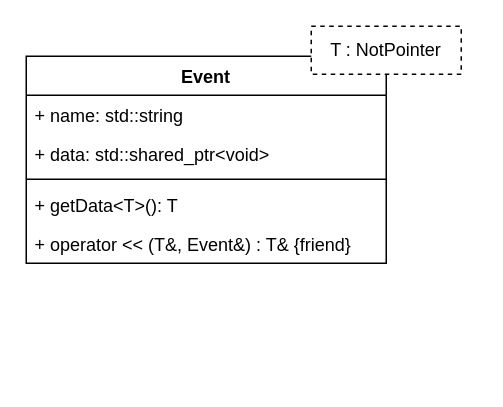
The draw.io diagram diagrams/event.drawio in LasseGoransson/ESD-E2020, before the edit. Source tidied: cells renumbered, new cells numbered last; positions are measured from the earlier drawing's top-left corner, leaving out a move shared by most shapes. Both pictures are drawn from the tidied source at 150%, with x=0, y=0 at pixel (26, 26).
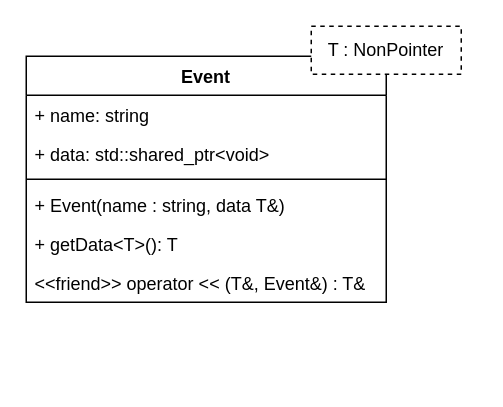
Above is the later version.

Commit message:
update event class diagram; add constructor + change template T

Change to the diagram source:
```diff
@@
 <mxGraphModel>
   <root>
     <mxCell id="0" />
     <mxCell id="1" parent="0" />
     <mxCell id="2" style="group;" parent="1" vertex="1">
       <mxGeometry width="300" height="236" as="geometry" />
     </mxCell>
     <mxCell id="3" value="Event" style="swimlane;fontStyle=1;align=center;verticalAlign=top;horizontal=1;startSize=26;" parent="2" vertex="1">
-      <mxGeometry y="20" width="240" height="138" as="geometry" />
+      <mxGeometry y="20" width="240" height="164" as="geometry" />
     </mxCell>
-    <mxCell id="4" value="+ name: std::string" style="text;strokeColor=none;fillColor=none;align=left;verticalAlign=top;spacingLeft=4;spacingRight=4;overflow=hidden;" parent="3" vertex="1">
+    <mxCell id="4" value="+ name: string" style="text;strokeColor=none;fillColor=none;align=left;verticalAlign=top;spacingLeft=4;spacingRight=4;overflow=hidden;" parent="3" vertex="1">
       <mxGeometry y="26" width="240" height="26" as="geometry" />
     </mxCell>
     <mxCell id="5" value="+ data: std::shared_ptr&lt;void&gt;" style="text;strokeColor=none;fillColor=none;align=left;verticalAlign=top;spacingLeft=4;spacingRight=4;overflow=hidden;" parent="3" vertex="1">
       <mxGeometry y="52" width="240" height="26" as="geometry" />
     </mxCell>
     <mxCell id="6" style="line;strokeWidth=1;fillColor=none;align=left;verticalAlign=middle;spacingTop=-1;spacingLeft=3;spacingRight=3;labelPosition=right;" parent="3" vertex="1">
       <mxGeometry y="78" width="240" height="8" as="geometry" />
     </mxCell>
-    <mxCell id="7" value="+ getData&lt;T&gt;(): T" style="text;strokeColor=none;fillColor=none;align=left;verticalAlign=top;spacingLeft=4;spacingRight=4;overflow=hidden;" parent="3" vertex="1">
+    <mxCell id="7" value="+ Event(name : string, data T&amp;)" style="text;strokeColor=none;fillColor=none;align=left;verticalAlign=top;spacingLeft=4;spacingRight=4;overflow=hidden;" parent="3" vertex="1">
       <mxGeometry y="86" width="240" height="26" as="geometry" />
     </mxCell>
+    <mxCell id="10" value="+ getData&lt;T&gt;(): T" style="text;strokeColor=none;fillColor=none;align=left;verticalAlign=top;spacingLeft=4;spacingRight=4;overflow=hidden;" parent="3" vertex="1">
+      <mxGeometry y="112" width="240" height="26" as="geometry" />
+    </mxCell>
-    <mxCell id="8" value="+ operator &lt;&lt; (T&amp;, Event&amp;) : T&amp; {friend}" style="text;strokeColor=none;fillColor=none;align=left;verticalAlign=top;spacingLeft=4;spacingRight=4;overflow=hidden;" parent="3" vertex="1">
-      <mxGeometry y="112" width="240" height="26" as="geometry" />
+    <mxCell id="8" value="&lt;&lt;friend&gt;&gt; operator &lt;&lt; (T&amp;, Event&amp;) : T&amp;" style="text;strokeColor=none;fillColor=none;align=left;verticalAlign=top;spacingLeft=4;spacingRight=4;overflow=hidden;" parent="3" vertex="1">
+      <mxGeometry y="138" width="240" height="26" as="geometry" />
     </mxCell>
-    <mxCell id="9" value="T : NotPointer" style="rounded=0;whiteSpace=wrap;html=1;dashed=1;" parent="2" vertex="1">
+    <mxCell id="9" value="T : NonPointer" style="rounded=0;whiteSpace=wrap;html=1;dashed=1;" parent="2" vertex="1">
       <mxGeometry x="190" width="100" height="32" as="geometry" />
     </mxCell>
   </root>
 </mxGraphModel>
```
